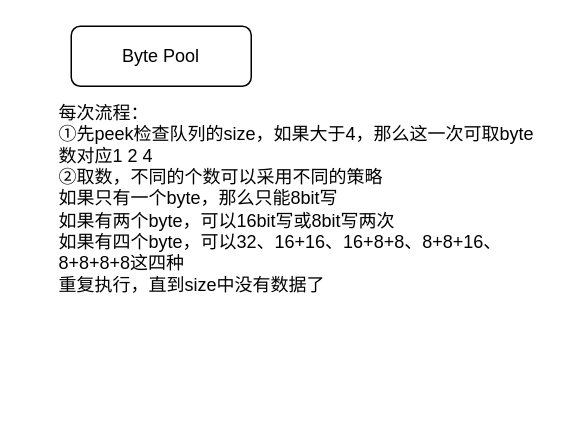
iceyxy/flow-chart-drawio keeps this draw.io diagram as page "第 4 页" (4 of 4) of drawio/crc.drawio. Above is the earlier version. Source tidied: cells renumbered, new cells numbered last; positions are measured from the earlier drawing's top-left corner, leaving out a move shared by most shapes. Both pictures are drawn from the tidied source at 150%, with x=0, y=0 at pixel (56, 26).
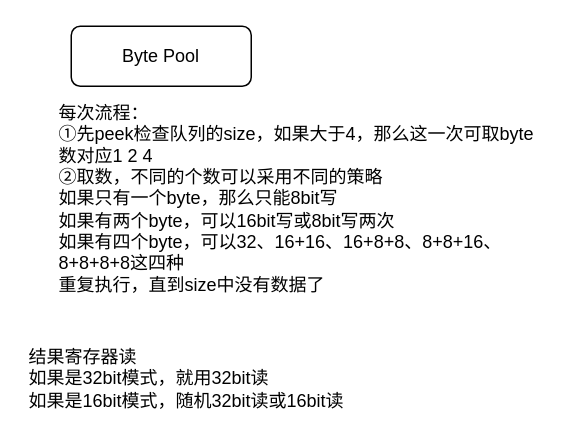
The same page after the edit.

The edit, as a diff of the source:
```diff
@@
 <mxGraphModel>
   <root>
     <mxCell id="0" />
     <mxCell id="1" parent="0" />
     <mxCell id="2" value="Byte Pool" style="rounded=1;whiteSpace=wrap;html=1;" parent="1" vertex="1">
       <mxGeometry x="10" width="120" height="40" as="geometry" />
     </mxCell>
     <mxCell id="3" value="每次流程：&lt;div&gt;①先peek检查队列的size，如果大于4，那么这一次可取byte数对应1 2 4&lt;/div&gt;&lt;div&gt;②取数，不同的个数可以采用不同的策略&lt;/div&gt;&lt;div&gt;如果只有一个byte，那么只能8bit写&lt;/div&gt;&lt;div&gt;如果有两个byte，可以16bit写或8bit写两次&lt;/div&gt;&lt;div&gt;如果有四个byte，可以32、16+16、16+8+8、8+8+16、8+8+8+8这四种&lt;/div&gt;&lt;div&gt;重复执行，直到size中没有数据了&lt;/div&gt;" style="text;html=1;whiteSpace=wrap;strokeColor=none;fillColor=none;align=left;verticalAlign=middle;rounded=0;" parent="1" vertex="1">
       <mxGeometry y="100" width="330" height="30" as="geometry" />
     </mxCell>
+    <mxCell id="4" value="结果寄存器读&lt;div&gt;如果是32bit模式，就用32bit读&lt;/div&gt;&lt;div&gt;如果是16bit模式，随机32bit读或16bit读&lt;/div&gt;" style="text;html=1;whiteSpace=wrap;strokeColor=none;fillColor=none;align=left;verticalAlign=middle;rounded=0;" parent="1" vertex="1">
+      <mxGeometry x="-20" y="220" width="220" height="30" as="geometry" />
+    </mxCell>
   </root>
 </mxGraphModel>
```
